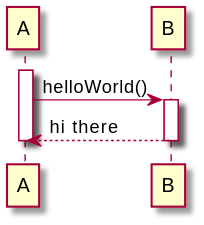
Above: plantuml-editor-frontend/src/assets/example-diagrams/sequence-diagram/logo.svg in Hakenadu/plantuml-editor (PlantUML), before the change.
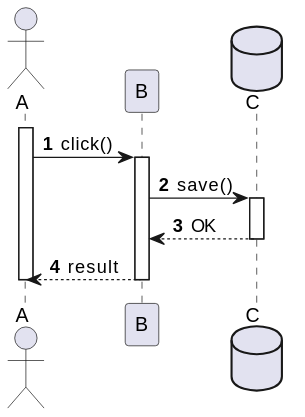
Later version of the same file.

Diff of the diagram source:
```diff
@@ -1,10 +1,23 @@
 @startuml
+autonumber
+
+actor A
+participant B
+database C
 
 activate A
-A -> B: helloWorld()
+
+A -> B: click()
+
 activate B
-B --> A: hi there
+B -> C: save()
+
+activate C
+C --> B: OK
+deactivate C
+
+B --> A: result
 deactivate B
+
 deactivate A
-
 @enduml
```
